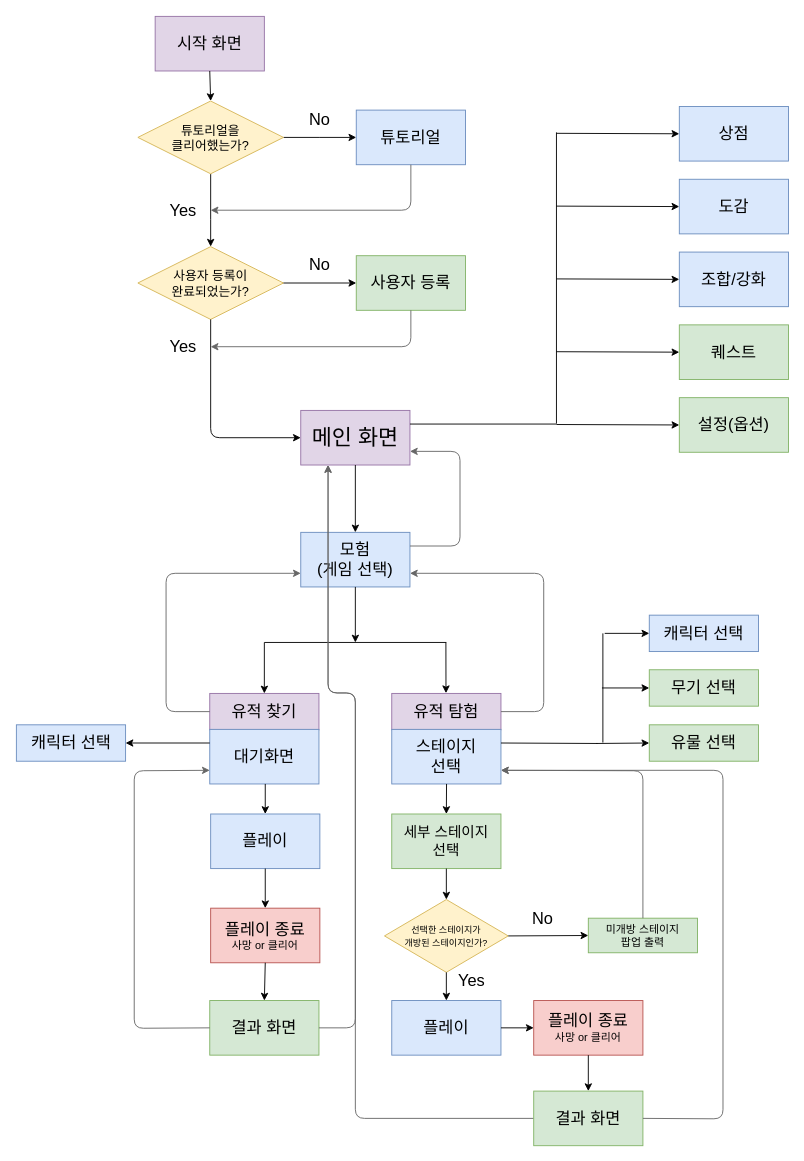
The draw.io diagram Untitled Diagram.drawio in dinenki71/UI, before the edit. Source tidied: cells renumbered, new cells numbered last; positions are measured from the earlier drawing's top-left corner, leaving out a move shared by most shapes. Both pictures are drawn from the tidied source at 91%, with x=0, y=0 at pixel (15, 16).
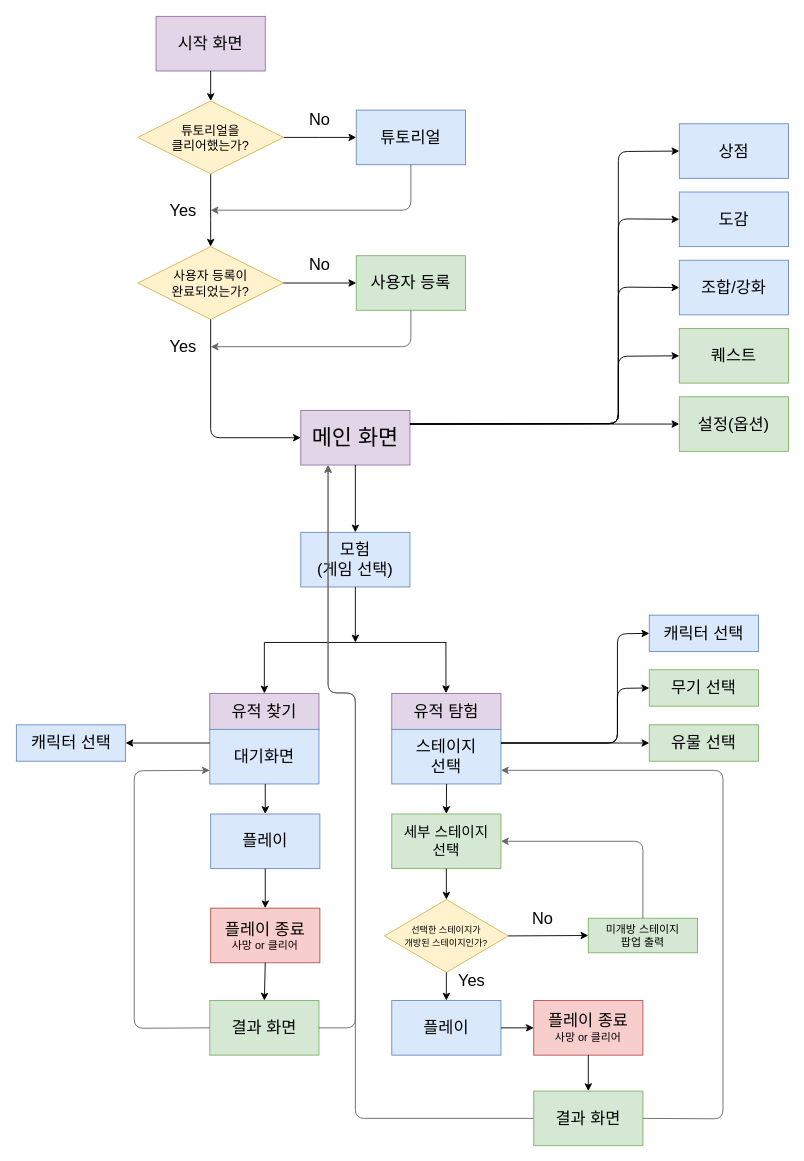
The same page after the edit.

The change refers to these unchanged cells:
```xml
<mxCell id="2" value="&lt;font style=&quot;font-size: 18px&quot;&gt;모험&lt;br&gt;(게임 선택)&lt;br&gt;&lt;/font&gt;" style="rounded=0;whiteSpace=wrap;html=1;fillColor=#dae8fc;strokeColor=#6c8ebf;" parent="1" vertex="1">
  <mxGeometry x="313" y="566.5" width="120" height="60" as="geometry" />
</mxCell>
<mxCell id="14" value="&lt;font style=&quot;font-size: 24px&quot;&gt;메인 화면&lt;/font&gt;" style="rounded=0;whiteSpace=wrap;html=1;fillColor=#e1d5e7;strokeColor=#9673a6;" parent="1" vertex="1">
  <mxGeometry x="313" y="432.5" width="120" height="60" as="geometry" />
</mxCell>
<mxCell id="33" value="&lt;font style=&quot;font-size: 18px&quot;&gt;유적 찾기&lt;/font&gt;" style="rounded=0;whiteSpace=wrap;html=1;fillColor=#e1d5e7;strokeColor=#9673a6;" parent="1" vertex="1">
  <mxGeometry x="213" y="743.5" width="120" height="40" as="geometry" />
</mxCell>
<mxCell id="34" value="&lt;font style=&quot;font-size: 18px&quot;&gt;유적 탐험&lt;/font&gt;" style="rounded=0;whiteSpace=wrap;html=1;fillColor=#e1d5e7;strokeColor=#9673a6;" parent="1" vertex="1">
  <mxGeometry x="413" y="743.5" width="120" height="40" as="geometry" />
</mxCell>
<mxCell id="35" value="&lt;font style=&quot;font-size: 18px&quot;&gt;스테이지&lt;br&gt;선택&lt;/font&gt;&lt;br&gt;" style="rounded=0;whiteSpace=wrap;html=1;fillColor=#dae8fc;strokeColor=#6c8ebf;" parent="1" vertex="1">
  <mxGeometry x="413" y="783" width="120" height="60" as="geometry" />
</mxCell>
<mxCell id="55" value="&lt;font style=&quot;font-size: 18px&quot;&gt;캐릭터 선택&lt;/font&gt;" style="rounded=0;whiteSpace=wrap;html=1;fillColor=#dae8fc;strokeColor=#6c8ebf;" parent="1" vertex="1">
  <mxGeometry x="696" y="657.5" width="120" height="40" as="geometry" />
</mxCell>
<mxCell id="56" value="&lt;font style=&quot;font-size: 18px&quot;&gt;유물 선택&lt;br&gt;&lt;/font&gt;" style="rounded=0;whiteSpace=wrap;html=1;fillColor=#d5e8d4;strokeColor=#82b366;" parent="1" vertex="1">
  <mxGeometry x="696" y="778" width="120" height="40" as="geometry" />
</mxCell>
<mxCell id="59" value="&lt;font style=&quot;font-size: 18px&quot;&gt;무기 선택&lt;br&gt;&lt;/font&gt;" style="rounded=0;whiteSpace=wrap;html=1;fillColor=#d5e8d4;strokeColor=#82b366;" parent="1" vertex="1">
  <mxGeometry x="696" y="717.5" width="120" height="40" as="geometry" />
</mxCell>
<mxCell id="63" value="&lt;font style=&quot;font-size: 12px&quot;&gt;미개방 스테이지&lt;br&gt;팝업 출력&lt;/font&gt;&lt;br&gt;" style="rounded=0;whiteSpace=wrap;html=1;fillColor=#d5e8d4;strokeColor=#82b366;" parent="1" vertex="1">
  <mxGeometry x="629" y="990.5" width="120" height="38" as="geometry" />
</mxCell>
<mxCell id="66" value="&lt;font style=&quot;font-size: 16px&quot;&gt;세부 스테이지&lt;br&gt;선택&lt;/font&gt;&lt;br&gt;" style="rounded=0;whiteSpace=wrap;html=1;fillColor=#d5e8d4;strokeColor=#82b366;" parent="1" vertex="1">
  <mxGeometry x="413" y="876" width="120" height="60" as="geometry" />
</mxCell>
```

Diff of the diagram source:
```diff
@@
     <mxCell id="3" value="&lt;font style=&quot;font-size: 18px&quot;&gt;시작 화면&lt;/font&gt;" style="rounded=0;whiteSpace=wrap;html=1;fillColor=#e1d5e7;strokeColor=#9673a6;" parent="1" vertex="1">
-      <mxGeometry x="153" y="-0.5" width="120" height="60" as="geometry" />
+      <mxGeometry x="154" y="-0.5" width="120" height="60" as="geometry" />
     </mxCell>
@@
-    <mxCell id="20" style="endArrow=none;html=1;" parent="1" edge="1">
-      <mxGeometry relative="1" as="geometry">
-        <mxPoint x="594" y="447.5" as="sourcePoint" />
-        <mxPoint x="433" y="447.5" as="targetPoint" />
-      </mxGeometry>
-    </mxCell>
-    <mxCell id="21" style="endArrow=none;html=1;" parent="1" edge="1">
-      <mxGeometry relative="1" as="geometry">
-        <mxPoint x="594" y="447" as="sourcePoint" />
-        <mxPoint x="594" y="127" as="targetPoint" />
-      </mxGeometry>
-    </mxCell>
-    <mxCell id="22" style="endArrow=classic;html=1;entryX=0;entryY=0.5;entryDx=0;entryDy=0;" parent="1" edge="1" target="23">
-      <mxGeometry relative="1" as="geometry">
-        <mxPoint x="594" y="128" as="sourcePoint" />
-      </mxGeometry>
-    </mxCell>
     <mxCell id="23" value="&lt;font style=&quot;font-size: 18px&quot;&gt;상점&lt;/font&gt;" style="rounded=0;whiteSpace=wrap;html=1;fillColor=#dae8fc;strokeColor=#6c8ebf;" parent="1" vertex="1">
-      <mxGeometry x="729" y="98.5" width="120" height="60" as="geometry" />
+      <mxGeometry x="729" y="117.5" width="120" height="60" as="geometry" />
     </mxCell>
-    <mxCell id="24" style="endArrow=classic;html=1;entryX=0;entryY=0.5;entryDx=0;entryDy=0;" parent="1" edge="1" target="25">
-      <mxGeometry relative="1" as="geometry">
-        <mxPoint x="594" y="208" as="sourcePoint" />
-      </mxGeometry>
-    </mxCell>
     <mxCell id="25" value="&lt;font style=&quot;font-size: 18px&quot;&gt;도감&lt;/font&gt;" style="rounded=0;whiteSpace=wrap;html=1;fillColor=#dae8fc;strokeColor=#6c8ebf;" parent="1" vertex="1">
-      <mxGeometry x="729" y="178.5" width="120" height="60" as="geometry" />
+      <mxGeometry x="729" y="192.5" width="120" height="60" as="geometry" />
     </mxCell>
-    <mxCell id="26" style="endArrow=classic;html=1;entryX=0;entryY=0.5;entryDx=0;entryDy=0;" parent="1" edge="1" target="27">
-      <mxGeometry relative="1" as="geometry">
-        <mxPoint x="594" y="288" as="sourcePoint" />
-      </mxGeometry>
-    </mxCell>
     <mxCell id="27" value="&lt;font style=&quot;font-size: 18px&quot;&gt;조합/강화&lt;/font&gt;" style="rounded=0;whiteSpace=wrap;html=1;fillColor=#dae8fc;strokeColor=#6c8ebf;" parent="1" vertex="1">
-      <mxGeometry x="729" y="258.5" width="120" height="60" as="geometry" />
+      <mxGeometry x="729" y="267.5" width="120" height="60" as="geometry" />
     </mxCell>
-    <mxCell id="28" style="endArrow=classic;html=1;entryX=0;entryY=0.5;entryDx=0;entryDy=0;" parent="1" edge="1" target="29">
-      <mxGeometry relative="1" as="geometry">
-        <mxPoint x="594" y="368" as="sourcePoint" />
-      </mxGeometry>
-    </mxCell>
     <mxCell id="29" value="&lt;font style=&quot;font-size: 18px&quot;&gt;퀘스트&lt;/font&gt;" style="rounded=0;whiteSpace=wrap;html=1;fillColor=#d5e8d4;strokeColor=#82b366;" parent="1" vertex="1">
-      <mxGeometry x="729" y="338.5" width="120" height="60" as="geometry" />
+      <mxGeometry x="729" y="342.5" width="120" height="60" as="geometry" />
     </mxCell>
-    <mxCell id="30" style="endArrow=classic;html=1;entryX=0;entryY=0.5;entryDx=0;entryDy=0;" parent="1" edge="1" target="31">
-      <mxGeometry relative="1" as="geometry">
-        <mxPoint x="594" y="448" as="sourcePoint" />
-      </mxGeometry>
-    </mxCell>
     <mxCell id="31" value="&lt;font style=&quot;font-size: 18px&quot;&gt;설정(옵션)&lt;/font&gt;" style="rounded=0;whiteSpace=wrap;html=1;fillColor=#d5e8d4;strokeColor=#82b366;" parent="1" vertex="1">
-      <mxGeometry x="729" y="418.5" width="120" height="60" as="geometry" />
+      <mxGeometry x="729" y="417.5" width="120" height="60" as="geometry" />
     </mxCell>
@@
-    <mxCell id="48" style="endArrow=classic;html=1;entryX=1;entryY=0.75;entryDx=0;entryDy=0;exitX=1;exitY=0.25;exitDx=0;exitDy=0;fillColor=#f5f5f5;strokeColor=#666666;" parent="1" edge="1" source="2" target="14">
-      <mxGeometry relative="1" as="geometry">
-        <Array as="points">
-          <mxPoint x="488" y="581.5" />
-          <mxPoint x="488" y="477.5" />
-        </Array>
-      </mxGeometry>
-    </mxCell>
-    <mxCell id="49" style="endArrow=classic;html=1;entryX=1;entryY=0.75;entryDx=0;entryDy=0;exitX=1;exitY=0.5;exitDx=0;exitDy=0;fillColor=#f5f5f5;strokeColor=#666666;" parent="1" edge="1" source="34" target="2">
-      <mxGeometry relative="1" as="geometry">
-        <Array as="points">
-          <mxPoint x="580" y="763.5" />
-          <mxPoint x="580" y="611.5" />
-        </Array>
-      </mxGeometry>
-    </mxCell>
-    <mxCell id="50" style="endArrow=classic;html=1;entryX=0;entryY=0.75;entryDx=0;entryDy=0;exitX=0;exitY=0.5;exitDx=0;exitDy=0;fillColor=#f5f5f5;strokeColor=#666666;" parent="1" edge="1" source="33" target="2">
-      <mxGeometry relative="1" as="geometry">
-        <Array as="points">
-          <mxPoint x="165" y="763.5" />
-          <mxPoint x="165" y="611.5" />
-        </Array>
-      </mxGeometry>
-    </mxCell>
@@
-    <mxCell id="53" style="endArrow=classic;html=1;entryX=0;entryY=0.5;entryDx=0;entryDy=0;" parent="1" edge="1" target="56">
-      <mxGeometry relative="1" as="geometry">
-        <mxPoint x="638" y="798.5" as="sourcePoint" />
-      </mxGeometry>
-    </mxCell>
-    <mxCell id="54" style="endArrow=none;html=1;exitX=1;exitY=0.25;exitDx=0;exitDy=0;" parent="1" edge="1" source="35">
-      <mxGeometry relative="1" as="geometry">
-        <mxPoint x="639" y="798.5" as="targetPoint" />
-      </mxGeometry>
-    </mxCell>
@@
-    <mxCell id="57" style="endArrow=none;html=1;" parent="1" edge="1">
-      <mxGeometry relative="1" as="geometry">
-        <mxPoint x="645" y="797.5" as="sourcePoint" />
-        <mxPoint x="645" y="677.5" as="targetPoint" />
-      </mxGeometry>
-    </mxCell>
-    <mxCell id="58" style="endArrow=classic;html=1;entryX=0;entryY=0.5;entryDx=0;entryDy=0;" parent="1" edge="1" target="59">
-      <mxGeometry relative="1" as="geometry">
-        <mxPoint x="644" y="737.5" as="sourcePoint" />
-      </mxGeometry>
-    </mxCell>
@@
-    <mxCell id="60" style="endArrow=classic;html=1;entryX=0;entryY=0.5;entryDx=0;entryDy=0;" parent="1" edge="1" target="55">
-      <mxGeometry relative="1" as="geometry">
-        <mxPoint x="647" y="677.5" as="sourcePoint" />
-      </mxGeometry>
-    </mxCell>
@@
-    <mxCell id="65" style="endArrow=classic;html=1;exitX=0.5;exitY=0;exitDx=0;exitDy=0;entryX=1;entryY=0.75;entryDx=0;entryDy=0;fillColor=#f5f5f5;strokeColor=#666666;" parent="1" edge="1" source="63" target="35">
+    <mxCell id="65" style="endArrow=classic;html=1;exitX=0.5;exitY=0;exitDx=0;exitDy=0;entryX=1;entryY=0.5;entryDx=0;entryDy=0;fillColor=#f5f5f5;strokeColor=#666666;" parent="1" edge="1" source="63" target="66">
       <mxGeometry relative="1" as="geometry">
         <Array as="points">
-          <mxPoint x="689" y="828.5" />
+          <mxPoint x="689" y="906" />
         </Array>
       </mxGeometry>
     </mxCell>
@@
+    <mxCell id="79" style="endArrow=classic;html=1;exitX=1;exitY=0.25;exitDx=0;exitDy=0;entryX=0;entryY=0.5;entryDx=0;entryDy=0;" parent="1" edge="1" source="14" target="31">
+      <mxGeometry relative="1" as="geometry" />
+    </mxCell>
+    <mxCell id="80" style="endArrow=classic;html=1;exitX=1;exitY=0.25;exitDx=0;exitDy=0;entryX=0;entryY=0.5;entryDx=0;entryDy=0;" parent="1" edge="1" source="14" target="29">
+      <mxGeometry relative="1" as="geometry">
+        <Array as="points">
+          <mxPoint x="662" y="447" />
+          <mxPoint x="662" y="373" />
+        </Array>
+      </mxGeometry>
+    </mxCell>
+    <mxCell id="81" style="endArrow=classic;html=1;exitX=1;exitY=0.25;exitDx=0;exitDy=0;entryX=0;entryY=0.5;entryDx=0;entryDy=0;" parent="1" edge="1" source="14" target="27">
+      <mxGeometry relative="1" as="geometry">
+        <Array as="points">
+          <mxPoint x="662" y="447" />
+          <mxPoint x="662" y="297" />
+        </Array>
+      </mxGeometry>
+    </mxCell>
+    <mxCell id="82" style="endArrow=classic;html=1;entryX=0;entryY=0.5;entryDx=0;entryDy=0;exitX=1;exitY=0.25;exitDx=0;exitDy=0;" parent="1" edge="1" source="14" target="25">
+      <mxGeometry relative="1" as="geometry">
+        <Array as="points">
+          <mxPoint x="662" y="447" />
+          <mxPoint x="662" y="222" />
+        </Array>
+      </mxGeometry>
+    </mxCell>
+    <mxCell id="83" style="endArrow=classic;html=1;entryX=0;entryY=0.5;entryDx=0;entryDy=0;exitX=1;exitY=0.25;exitDx=0;exitDy=0;" parent="1" edge="1" source="14" target="23">
+      <mxGeometry relative="1" as="geometry">
+        <Array as="points">
+          <mxPoint x="662" y="447" />
+          <mxPoint x="662" y="148" />
+        </Array>
+      </mxGeometry>
+    </mxCell>
+    <mxCell id="84" style="endArrow=classic;html=1;exitX=1;exitY=0.25;exitDx=0;exitDy=0;entryX=0;entryY=0.5;entryDx=0;entryDy=0;" parent="1" edge="1" source="35" target="56">
+      <mxGeometry relative="1" as="geometry" />
+    </mxCell>
+    <mxCell id="85" style="endArrow=classic;html=1;exitX=1;exitY=0.25;exitDx=0;exitDy=0;entryX=0;entryY=0.5;entryDx=0;entryDy=0;" parent="1" edge="1" source="35" target="55">
+      <mxGeometry relative="1" as="geometry">
+        <Array as="points">
+          <mxPoint x="661" y="798" />
+          <mxPoint x="661" y="678" />
+        </Array>
+      </mxGeometry>
+    </mxCell>
+    <mxCell id="86" style="endArrow=classic;html=1;exitX=1;exitY=0.25;exitDx=0;exitDy=0;entryX=0;entryY=0.5;entryDx=0;entryDy=0;" parent="1" edge="1" source="35" target="59">
+      <mxGeometry relative="1" as="geometry">
+        <Array as="points">
+          <mxPoint x="661" y="798" />
+          <mxPoint x="661" y="738" />
+        </Array>
+      </mxGeometry>
+    </mxCell>
```
